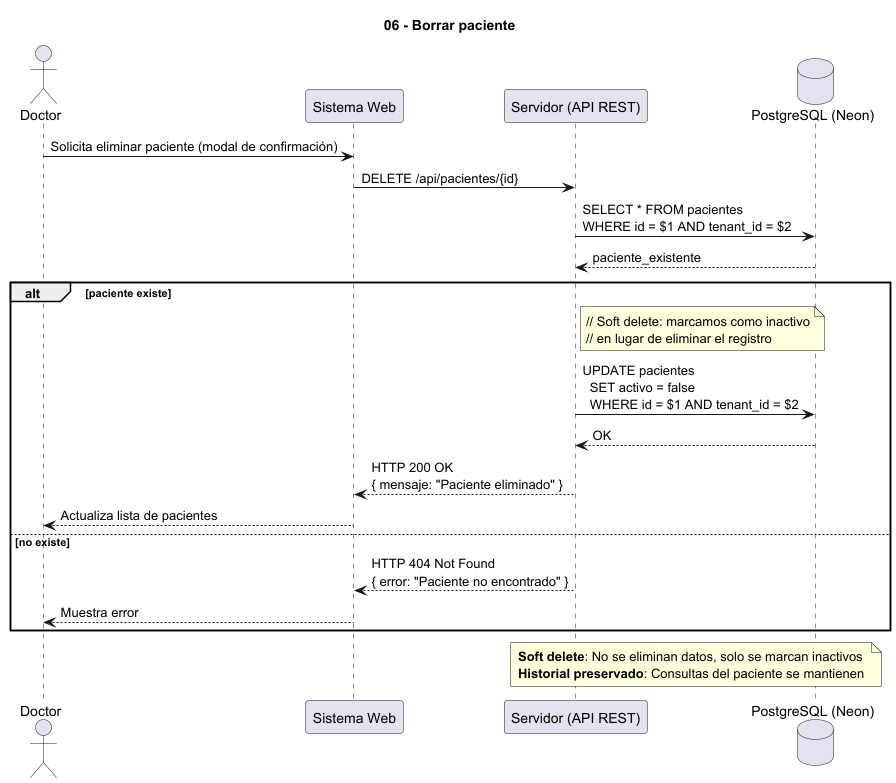
The PlantUML diagram docs/Imagenes_UML/06_Borrar_paciente.png in marcostoledo96/mvp_historias-clinicas, before a commit. Source of this version:
```plantuml
@startuml
title 06 - Borrar paciente

actor Doctor
participant "Sistema Web" as Web
participant "Servidor (API REST)" as Server
database "PostgreSQL (Neon)" as DB

Doctor -> Web : Solicita eliminar paciente (modal de confirmación)
Web -> Server : DELETE /api/pacientes/{id}

Server -> DB : SELECT * FROM pacientes\nWHERE id = $1 AND tenant_id = $2
DB --> Server : paciente_existente

alt paciente existe
  note right of Server
    // Soft delete: marcamos como inactivo
    // en lugar de eliminar el registro
  end note

  Server -> DB : UPDATE pacientes\n  SET activo = false\n  WHERE id = $1 AND tenant_id = $2
  DB --> Server : OK

  Server --> Web : HTTP 200 OK\n{ mensaje: "Paciente eliminado" }
  Web --> Doctor : Actualiza lista de pacientes

else no existe
  Server --> Web : HTTP 404 Not Found\n{ error: "Paciente no encontrado" }
  Web --> Doctor : Muestra error
end

note over Server, DB
  **Soft delete**: No se eliminan datos, solo se marcan inactivos
  **Historial preservado**: Consultas del paciente se mantienen
end note

@enduml
```
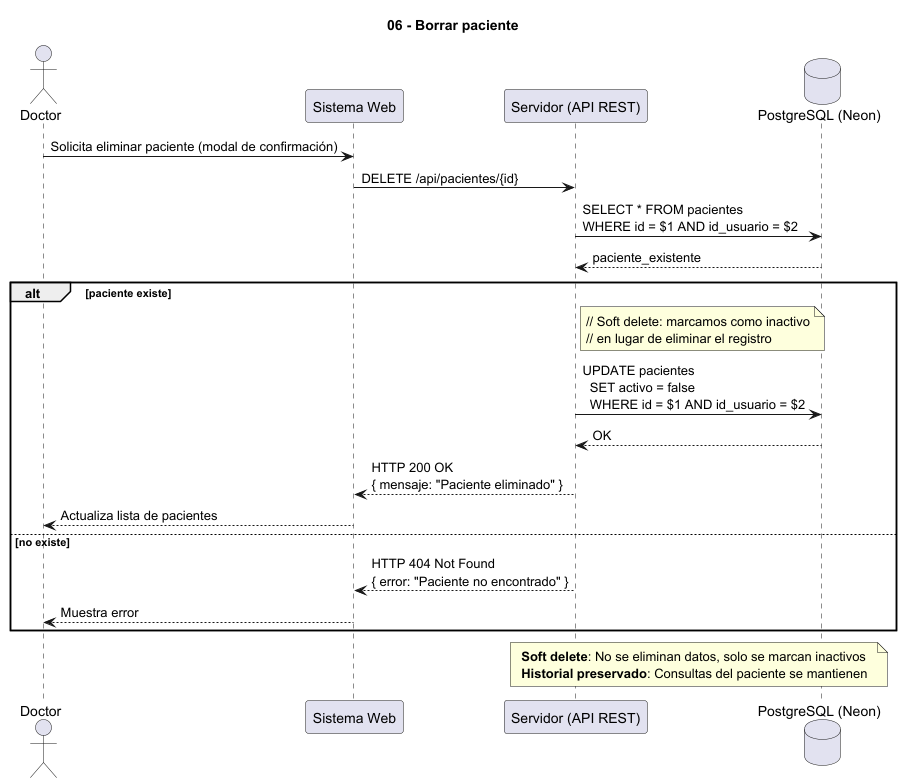
Above is the later version.

Change to the diagram source:
```diff
@@ -9,7 +9,7 @@
 Doctor -> Web : Solicita eliminar paciente (modal de confirmación)
 Web -> Server : DELETE /api/pacientes/{id}
 
-Server -> DB : SELECT * FROM pacientes\nWHERE id = $1 AND tenant_id = $2
+Server -> DB : SELECT * FROM pacientes\nWHERE id = $1 AND id_usuario = $2
 DB --> Server : paciente_existente
 
 alt paciente existe
@@ -18,7 +18,7 @@
     // en lugar de eliminar el registro
   end note
 
-  Server -> DB : UPDATE pacientes\n  SET activo = false\n  WHERE id = $1 AND tenant_id = $2
+  Server -> DB : UPDATE pacientes\n  SET activo = false\n  WHERE id = $1 AND id_usuario = $2
   DB --> Server : OK
 
   Server --> Web : HTTP 200 OK\n{ mensaje: "Paciente eliminado" }
```
